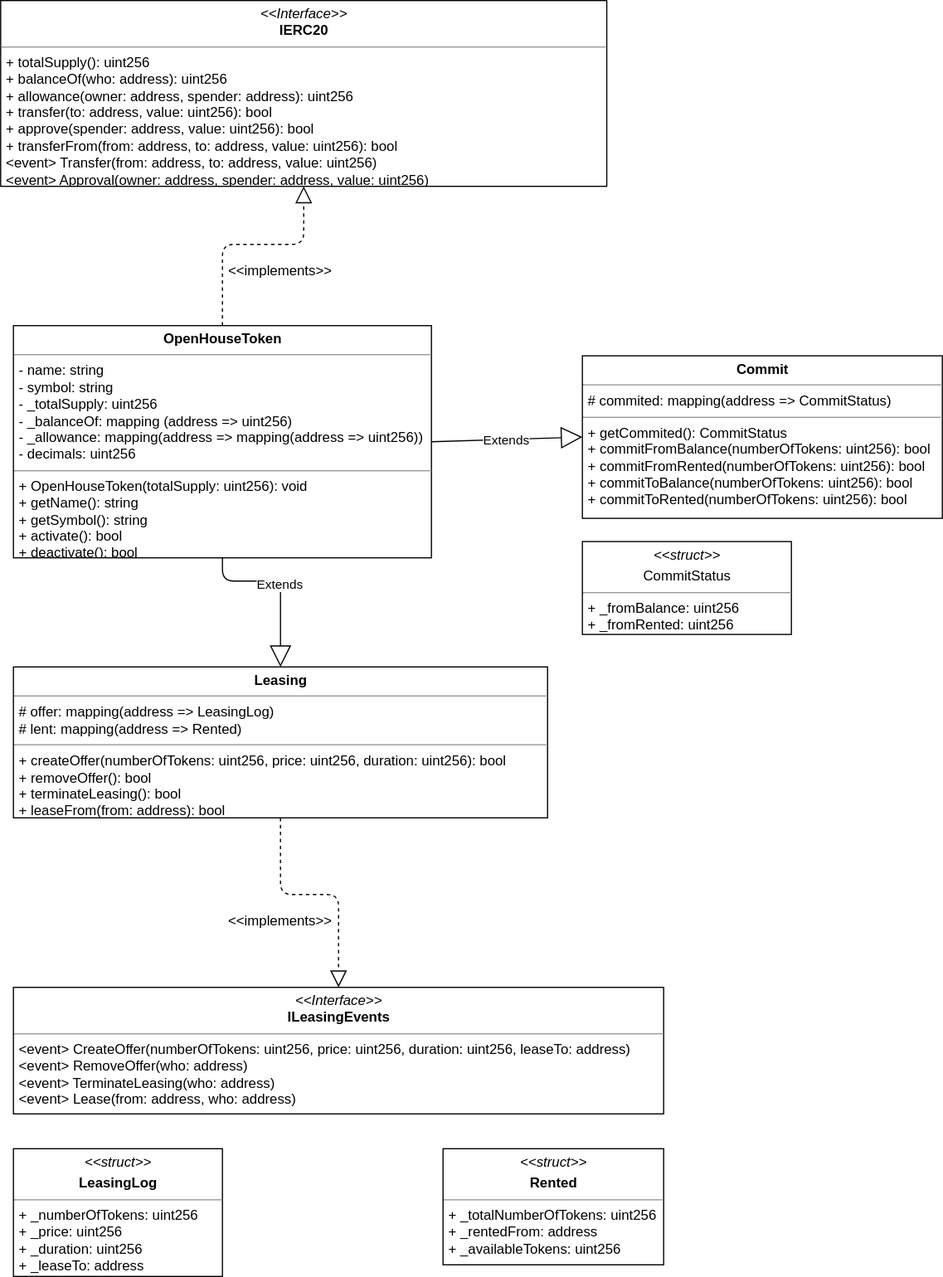
Earlier version of the draw.io export uml/OpenHouseToken/OpenHouseToken.svg (gkamtzir/Ethereum-ICO-Diploma-Thesis). Source tidied: cells renumbered, new cells last; positions are measured from the earlier drawing's top-left corner, leaving out a move shared by most shapes.
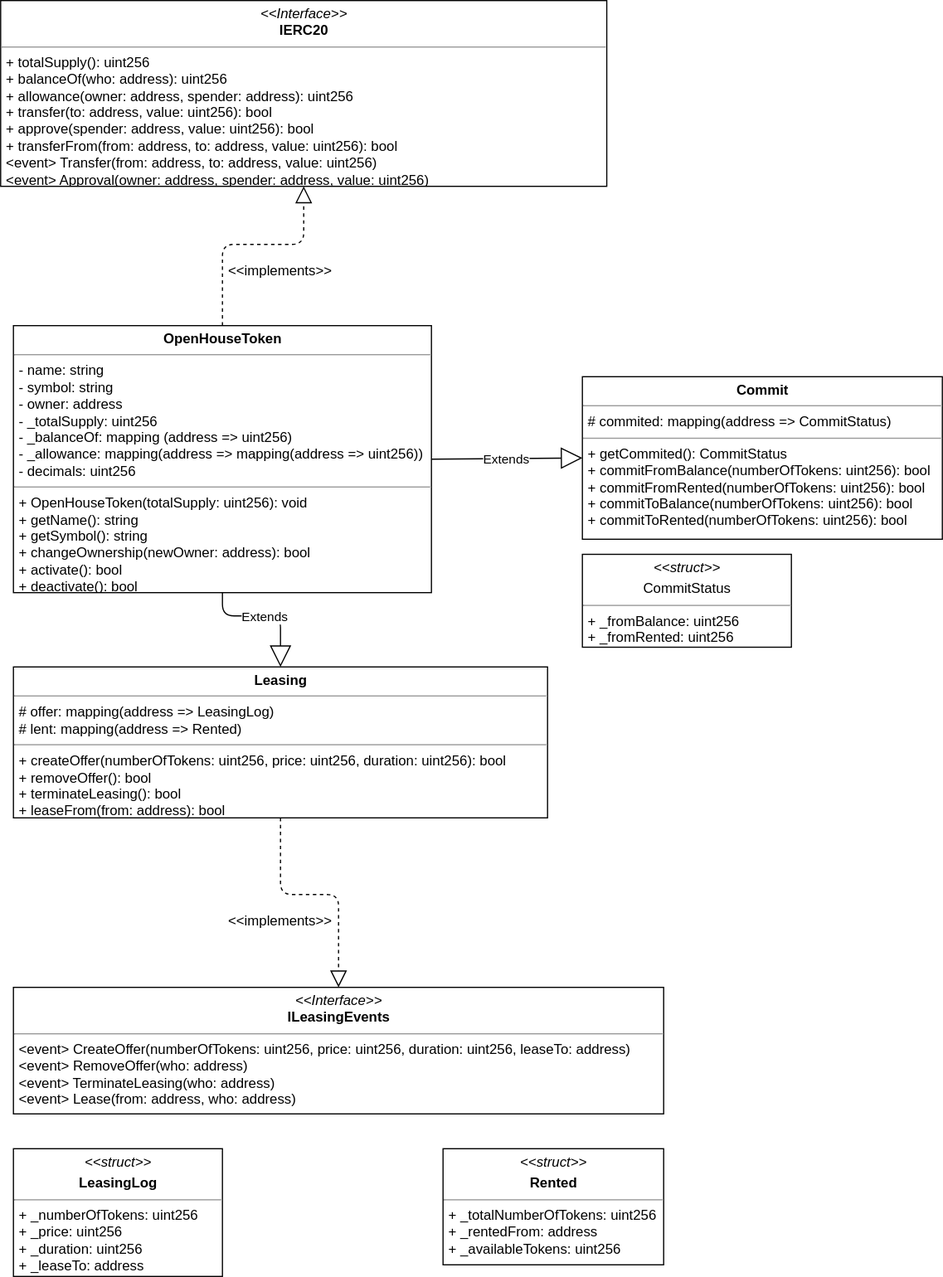
After the commit.

Commit message:
Added owner variable and changeOwnership function to OpenHouseToken contract.

What changed in the source:
```diff
@@ -2,8 +2,8 @@
   <root>
     <mxCell id="0" />
     <mxCell id="1" parent="0" />
-    <mxCell id="2" value="&lt;p style=&quot;margin: 0px ; margin-top: 4px ; text-align: center&quot;&gt;&lt;b&gt;OpenHouseToken&lt;/b&gt;&lt;/p&gt;&lt;hr size=&quot;1&quot;&gt;&lt;p style=&quot;margin: 0px ; margin-left: 4px&quot;&gt;- name: string&lt;/p&gt;&lt;p style=&quot;margin: 0px ; margin-left: 4px&quot;&gt;- symbol: string&lt;/p&gt;&lt;p style=&quot;margin: 0px ; margin-left: 4px&quot;&gt;- _totalSupply: uint256&lt;/p&gt;&lt;p style=&quot;margin: 0px ; margin-left: 4px&quot;&gt;- _balanceOf: mapping (address =&amp;gt; uint256)&lt;/p&gt;&lt;p style=&quot;margin: 0px ; margin-left: 4px&quot;&gt;- _allowance: mapping(address =&amp;gt; mapping(address =&amp;gt; uint256))&lt;/p&gt;&lt;p style=&quot;margin: 0px ; margin-left: 4px&quot;&gt;- decimals: uint256&lt;/p&gt;&lt;hr size=&quot;1&quot;&gt;&lt;p style=&quot;margin: 0px ; margin-left: 4px&quot;&gt;+ OpenHouseToken(totalSupply: uint256): void&lt;/p&gt;&lt;p style=&quot;margin: 0px ; margin-left: 4px&quot;&gt;+ getName(): string&lt;/p&gt;&lt;p style=&quot;margin: 0px ; margin-left: 4px&quot;&gt;+ getSymbol(): string&lt;/p&gt;&lt;p style=&quot;margin: 0px ; margin-left: 4px&quot;&gt;+ activate(): bool&lt;/p&gt;&lt;p style=&quot;margin: 0px ; margin-left: 4px&quot;&gt;+ deactivate(): bool&lt;/p&gt;" style="verticalAlign=top;align=left;overflow=fill;fontSize=12;fontFamily=Helvetica;html=1;" parent="1" vertex="1">
-      <mxGeometry x="11" y="280" width="360" height="200" as="geometry" />
+    <mxCell id="2" value="&lt;p style=&quot;margin: 0px ; margin-top: 4px ; text-align: center&quot;&gt;&lt;b&gt;OpenHouseToken&lt;/b&gt;&lt;/p&gt;&lt;hr size=&quot;1&quot;&gt;&lt;p style=&quot;margin: 0px ; margin-left: 4px&quot;&gt;- name: string&lt;/p&gt;&lt;p style=&quot;margin: 0px ; margin-left: 4px&quot;&gt;- symbol: string&lt;/p&gt;&lt;p style=&quot;margin: 0px ; margin-left: 4px&quot;&gt;- owner: address&lt;/p&gt;&lt;p style=&quot;margin: 0px ; margin-left: 4px&quot;&gt;- _totalSupply: uint256&lt;/p&gt;&lt;p style=&quot;margin: 0px ; margin-left: 4px&quot;&gt;- _balanceOf: mapping (address =&amp;gt; uint256)&lt;/p&gt;&lt;p style=&quot;margin: 0px ; margin-left: 4px&quot;&gt;- _allowance: mapping(address =&amp;gt; mapping(address =&amp;gt; uint256))&lt;/p&gt;&lt;p style=&quot;margin: 0px ; margin-left: 4px&quot;&gt;- decimals: uint256&lt;/p&gt;&lt;hr size=&quot;1&quot;&gt;&lt;p style=&quot;margin: 0px ; margin-left: 4px&quot;&gt;+ OpenHouseToken(totalSupply: uint256): void&lt;/p&gt;&lt;p style=&quot;margin: 0px ; margin-left: 4px&quot;&gt;+ getName(): string&lt;/p&gt;&lt;p style=&quot;margin: 0px ; margin-left: 4px&quot;&gt;+ getSymbol(): string&lt;/p&gt;&lt;p style=&quot;margin: 0px ; margin-left: 4px&quot;&gt;+ changeOwnership(newOwner: address): bool&lt;/p&gt;&lt;p style=&quot;margin: 0px ; margin-left: 4px&quot;&gt;+ activate(): bool&lt;/p&gt;&lt;p style=&quot;margin: 0px ; margin-left: 4px&quot;&gt;+ deactivate(): bool&lt;/p&gt;" style="verticalAlign=top;align=left;overflow=fill;fontSize=12;fontFamily=Helvetica;html=1;" parent="1" vertex="1">
+      <mxGeometry x="11" y="280" width="360" height="230" as="geometry" />
     </mxCell>
     <mxCell id="3" value="&lt;p style=&quot;margin: 0px ; margin-top: 4px ; text-align: center&quot;&gt;&lt;i&gt;&amp;lt;&amp;lt;Interface&amp;gt;&amp;gt;&lt;/i&gt;&lt;br&gt;&lt;b&gt;IERC20&lt;/b&gt;&lt;/p&gt;&lt;hr size=&quot;1&quot;&gt;&lt;p style=&quot;margin: 0px ; margin-left: 4px&quot;&gt;+ totalSupply(): uint256&lt;br&gt;+ balanceOf(who: address): uint256&lt;/p&gt;&lt;p style=&quot;margin: 0px ; margin-left: 4px&quot;&gt;+ allowance(owner: address, spender: address): uint256&lt;/p&gt;&lt;p style=&quot;margin: 0px ; margin-left: 4px&quot;&gt;+ transfer(to: address, value: uint256): bool&lt;/p&gt;&lt;p style=&quot;margin: 0px ; margin-left: 4px&quot;&gt;+ approve(spender: address, value: uint256): bool&lt;/p&gt;&lt;p style=&quot;margin: 0px ; margin-left: 4px&quot;&gt;+ transferFrom(from: address, to: address, value: uint256): bool&lt;/p&gt;&lt;p style=&quot;margin: 0px ; margin-left: 4px&quot;&gt;&amp;lt;event&amp;gt; Transfer(from: address, to: address, value: uint256)&lt;/p&gt;&lt;p style=&quot;margin: 0px ; margin-left: 4px&quot;&gt;&amp;lt;event&amp;gt; Approval(owner: address, spender: address, value: uint256)&lt;/p&gt;" style="verticalAlign=top;align=left;overflow=fill;fontSize=12;fontFamily=Helvetica;html=1;" parent="1" vertex="1">
       <mxGeometry width="522" height="160" as="geometry" />
@@ -28,8 +28,8 @@
     <mxCell id="8" value="Extends" style="endArrow=block;endSize=16;endFill=0;html=1;exitX=0.5;exitY=1;exitDx=0;exitDy=0;entryX=0.5;entryY=0;entryDx=0;entryDy=0;" parent="1" edge="1" source="2" target="6">
       <mxGeometry relative="1" as="geometry">
         <Array as="points">
-          <mxPoint x="191" y="500" />
-          <mxPoint x="241" y="500" />
+          <mxPoint x="191" y="530" />
+          <mxPoint x="241" y="530" />
         </Array>
       </mxGeometry>
     </mxCell>
@@ -45,10 +45,10 @@
       </mxGeometry>
     </mxCell>
     <mxCell id="11" value="&lt;p style=&quot;margin: 0px ; margin-top: 4px ; text-align: center&quot;&gt;&lt;b&gt;Commit&lt;/b&gt;&lt;/p&gt;&lt;hr size=&quot;1&quot;&gt;&lt;p style=&quot;margin: 0px ; margin-left: 4px&quot;&gt;# commited: mapping(address =&amp;gt; CommitStatus)&lt;/p&gt;&lt;hr size=&quot;1&quot;&gt;&lt;p style=&quot;margin: 0px ; margin-left: 4px&quot;&gt;+ getCommited(): CommitStatus&lt;br&gt;&lt;/p&gt;&lt;p style=&quot;margin: 0px ; margin-left: 4px&quot;&gt;+ commitFromBalance(numberOfTokens: uint256): bool&lt;/p&gt;&lt;p style=&quot;margin: 0px ; margin-left: 4px&quot;&gt;+ commitFromRented(numberOfTokens: uint256): bool&lt;/p&gt;&lt;p style=&quot;margin: 0px ; margin-left: 4px&quot;&gt;+ commitToBalance(numberOfTokens: uint256): bool&lt;/p&gt;&lt;p style=&quot;margin: 0px ; margin-left: 4px&quot;&gt;+ commitToRented(numberOfTokens: uint256): bool&lt;/p&gt;" style="verticalAlign=top;align=left;overflow=fill;fontSize=12;fontFamily=Helvetica;html=1;" parent="1" vertex="1">
-      <mxGeometry x="501" y="306" width="310" height="140" as="geometry" />
+      <mxGeometry x="501" y="324" width="310" height="140" as="geometry" />
     </mxCell>
     <mxCell id="12" value="&lt;p style=&quot;margin: 0px ; margin-top: 4px ; text-align: center&quot;&gt;&lt;i&gt;&amp;lt;&amp;lt;struct&amp;gt;&amp;gt;&lt;/i&gt;&lt;br&gt;&lt;/p&gt;&lt;p style=&quot;margin: 0px ; margin-top: 4px ; text-align: center&quot;&gt;&lt;span&gt;CommitStatus&lt;/span&gt;&lt;br&gt;&lt;/p&gt;&lt;hr size=&quot;1&quot;&gt;&lt;p style=&quot;margin: 0px ; margin-left: 4px&quot;&gt;+ _fromBalance: uint256&lt;/p&gt;&lt;p style=&quot;margin: 0px ; margin-left: 4px&quot;&gt;+ _fromRented: uint256&lt;/p&gt;&lt;p style=&quot;margin: 0px ; margin-left: 4px&quot;&gt;&lt;br&gt;&lt;/p&gt;" style="verticalAlign=top;align=left;overflow=fill;fontSize=12;fontFamily=Helvetica;html=1;" parent="1" vertex="1">
-      <mxGeometry x="501" y="466" width="180" height="80" as="geometry" />
+      <mxGeometry x="501" y="477" width="180" height="80" as="geometry" />
     </mxCell>
     <mxCell id="13" value="&lt;p style=&quot;margin: 0px ; margin-top: 4px ; text-align: center&quot;&gt;&lt;i&gt;&amp;lt;&amp;lt;struct&amp;gt;&amp;gt;&lt;/i&gt;&lt;br&gt;&lt;/p&gt;&lt;p style=&quot;margin: 0px ; margin-top: 4px ; text-align: center&quot;&gt;&lt;b&gt;Rented&lt;/b&gt;&lt;/p&gt;&lt;hr size=&quot;1&quot;&gt;&lt;p style=&quot;margin: 0px ; margin-left: 4px&quot;&gt;+ _totalNumberOfTokens: uint256&lt;/p&gt;&lt;p style=&quot;margin: 0px ; margin-left: 4px&quot;&gt;+ _rentedFrom: address&lt;/p&gt;&lt;p style=&quot;margin: 0px ; margin-left: 4px&quot;&gt;+ _availableTokens: uint256&lt;/p&gt;&lt;p style=&quot;margin: 0px ; margin-left: 4px&quot;&gt;&lt;br&gt;&lt;/p&gt;" style="verticalAlign=top;align=left;overflow=fill;fontSize=12;fontFamily=Helvetica;html=1;" parent="1" vertex="1">
       <mxGeometry x="381" y="989" width="190" height="100" as="geometry" />
```
